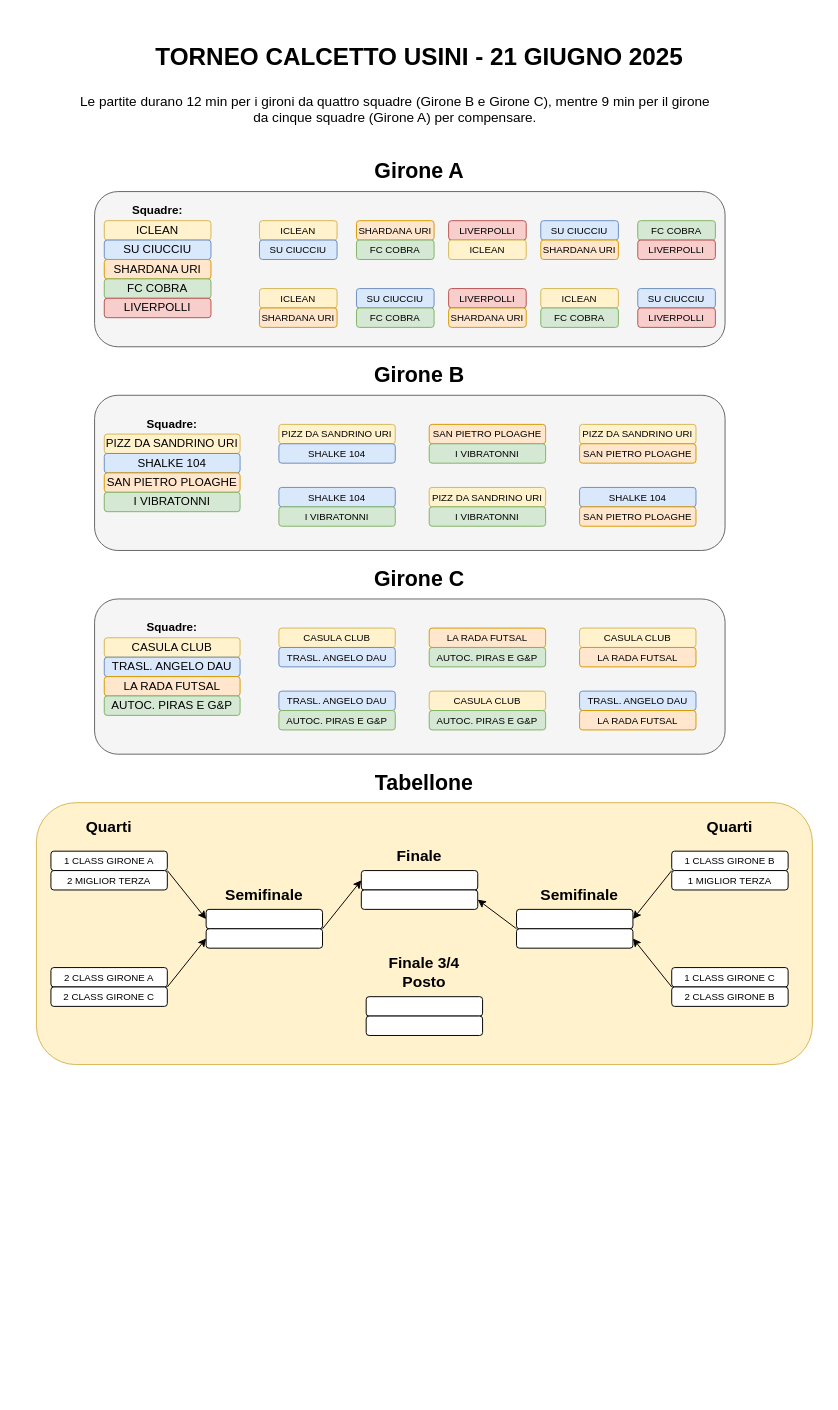
This is torneo-calcetto-2025/tabellone.drawio from cscalaresu/tornei, a draw.io file, before an edit. Source tidied: cells renumbered, new cells numbered last; positions are measured from the earlier drawing's top-left corner, leaving out a move shared by most shapes. Both pictures are drawn from the tidied source at 97%, with x=0, y=0 at pixel (16, 26).
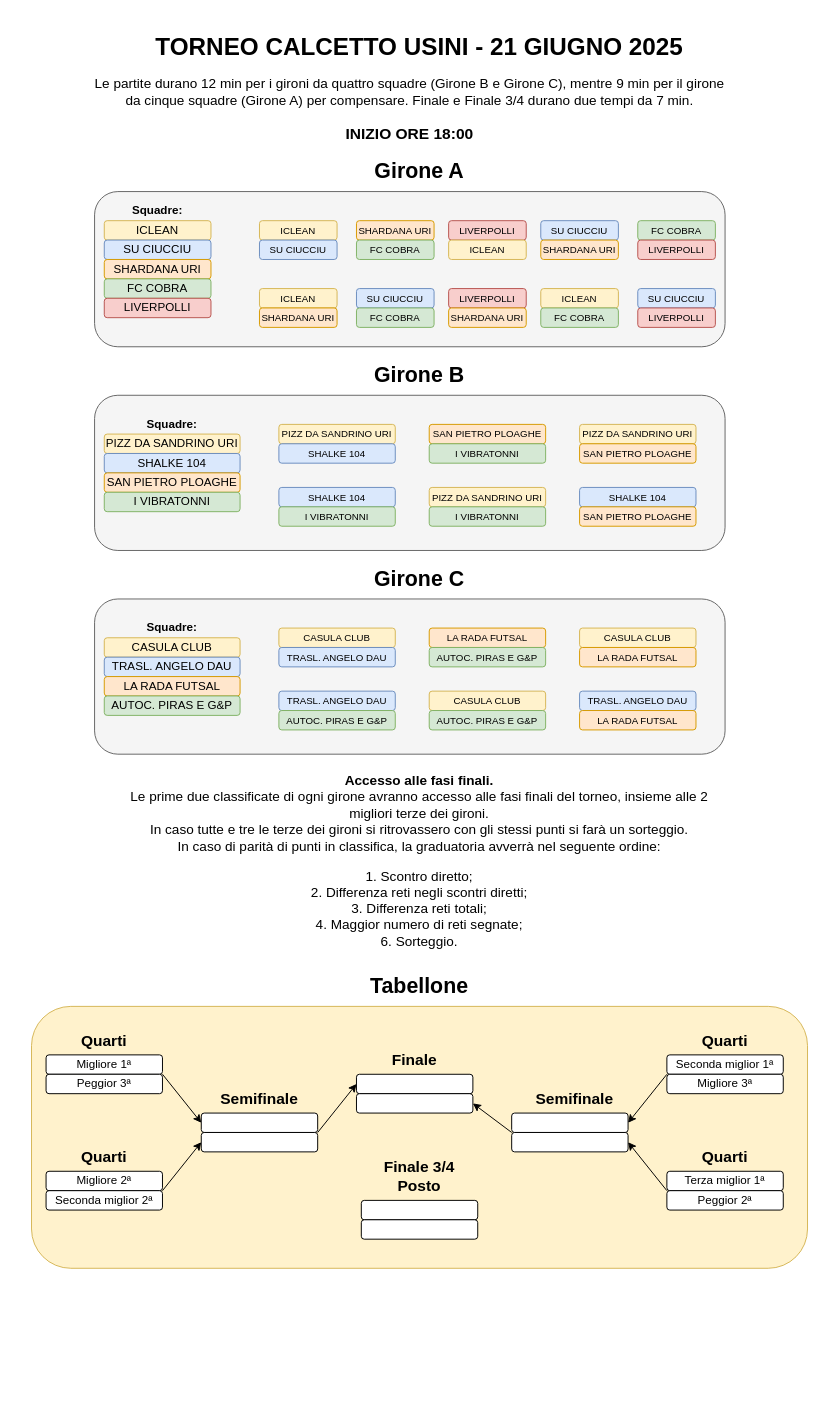
After the change.

What changed in the source:
```diff
@@
     <mxCell id="2" style="rounded=1;whiteSpace=wrap;html=1;fillColor=#fff2cc;strokeColor=#d6b656;" parent="1" vertex="1">
-      <mxGeometry x="20" y="800" width="800" height="270" as="geometry" />
+      <mxGeometry x="15" y="1010" width="800" height="270" as="geometry" />
     </mxCell>
@@
     <mxCell id="8" value="&lt;font style=&quot;font-size: 25px;&quot;&gt;&lt;b&gt;TORNEO CALCETTO USINI - 21 GIUGNO 2025&lt;/b&gt;&lt;/font&gt;" style="text;html=1;align=center;verticalAlign=middle;whiteSpace=wrap;rounded=0;" parent="1" vertex="1">
-      <mxGeometry width="830" height="60" as="geometry" />
+      <mxGeometry y="-10" width="830" height="60" as="geometry" />
     </mxCell>
@@
-    <mxCell id="70" value="&lt;font style=&quot;font-size: 10px;&quot;&gt;1 CLASS GIRONE A&lt;/font&gt;" style="rounded=1;whiteSpace=wrap;html=1;" parent="1" vertex="1">
-      <mxGeometry x="35" y="850" width="120" height="20" as="geometry" />
+    <mxCell id="70" value="Migliore 1ª" style="rounded=1;whiteSpace=wrap;html=1;" parent="1" vertex="1">
+      <mxGeometry x="30" y="1060" width="120" height="20" as="geometry" />
     </mxCell>
-    <mxCell id="71" value="&lt;font style=&quot;font-size: 10px;&quot;&gt;2 MIGLIOR TERZA&lt;/font&gt;" style="rounded=1;whiteSpace=wrap;html=1;" parent="1" vertex="1">
-      <mxGeometry x="35" y="870" width="120" height="20" as="geometry" />
+    <mxCell id="71" value="Peggior 3ª" style="rounded=1;whiteSpace=wrap;html=1;" parent="1" vertex="1">
+      <mxGeometry x="30" y="1080" width="120" height="20" as="geometry" />
     </mxCell>
-    <mxCell id="72" value="&lt;font style=&quot;font-size: 10px;&quot;&gt;2 CLASS GIRONE A&lt;/font&gt;" style="rounded=1;whiteSpace=wrap;html=1;" parent="1" vertex="1">
-      <mxGeometry x="35" y="970" width="120" height="20" as="geometry" />
+    <mxCell id="72" value="Migliore 2ª" style="rounded=1;whiteSpace=wrap;html=1;" parent="1" vertex="1">
+      <mxGeometry x="30" y="1180" width="120" height="20" as="geometry" />
     </mxCell>
-    <mxCell id="73" value="&lt;font style=&quot;font-size: 10px;&quot;&gt;2 CLASS GIRONE C&lt;/font&gt;" style="rounded=1;whiteSpace=wrap;html=1;" parent="1" vertex="1">
-      <mxGeometry x="35" y="990" width="120" height="20" as="geometry" />
+    <mxCell id="73" value="Seconda miglior 2ª" style="rounded=1;whiteSpace=wrap;html=1;" parent="1" vertex="1">
+      <mxGeometry x="30" y="1200" width="120" height="20" as="geometry" />
     </mxCell>
-    <mxCell id="74" value="&lt;font style=&quot;font-size: 10px;&quot;&gt;1 CLASS GIRONE B&lt;/font&gt;" style="rounded=1;whiteSpace=wrap;html=1;" parent="1" vertex="1">
-      <mxGeometry x="675" y="850" width="120" height="20" as="geometry" />
+    <mxCell id="74" value="Seconda miglior 1ª" style="rounded=1;whiteSpace=wrap;html=1;" parent="1" vertex="1">
+      <mxGeometry x="670" y="1060" width="120" height="20" as="geometry" />
     </mxCell>
-    <mxCell id="75" value="&lt;font style=&quot;font-size: 10px;&quot;&gt;1 MIGLIOR TERZA&lt;/font&gt;" style="rounded=1;whiteSpace=wrap;html=1;" parent="1" vertex="1">
-      <mxGeometry x="675" y="870" width="120" height="20" as="geometry" />
+    <mxCell id="75" value="Migliore 3ª" style="rounded=1;whiteSpace=wrap;html=1;" parent="1" vertex="1">
+      <mxGeometry x="670" y="1080" width="120" height="20" as="geometry" />
     </mxCell>
-    <mxCell id="76" value="&lt;font style=&quot;font-size: 10px;&quot;&gt;1 CLASS GIRONE C&lt;/font&gt;" style="rounded=1;whiteSpace=wrap;html=1;" parent="1" vertex="1">
-      <mxGeometry x="675" y="970" width="120" height="20" as="geometry" />
+    <mxCell id="76" value="Terza miglior 1ª" style="rounded=1;whiteSpace=wrap;html=1;" parent="1" vertex="1">
+      <mxGeometry x="670" y="1180" width="120" height="20" as="geometry" />
     </mxCell>
-    <mxCell id="77" value="&lt;font style=&quot;font-size: 10px;&quot;&gt;2 CLASS GIRONE B&lt;/font&gt;" style="rounded=1;whiteSpace=wrap;html=1;" parent="1" vertex="1">
-      <mxGeometry x="675" y="990" width="120" height="20" as="geometry" />
+    <mxCell id="77" value="Peggior 2ª" style="rounded=1;whiteSpace=wrap;html=1;" parent="1" vertex="1">
+      <mxGeometry x="670" y="1200" width="120" height="20" as="geometry" />
     </mxCell>
     <mxCell id="78" style="rounded=1;whiteSpace=wrap;html=1;" parent="1" vertex="1">
-      <mxGeometry x="195" y="910" width="120" height="20" as="geometry" />
+      <mxGeometry x="190" y="1120" width="120" height="20" as="geometry" />
     </mxCell>
     <mxCell id="79" style="rounded=1;whiteSpace=wrap;html=1;" parent="1" vertex="1">
-      <mxGeometry x="195" y="930" width="120" height="20" as="geometry" />
+      <mxGeometry x="190" y="1140" width="120" height="20" as="geometry" />
     </mxCell>
     <mxCell id="80" style="rounded=1;whiteSpace=wrap;html=1;" parent="1" vertex="1">
-      <mxGeometry x="355" y="870" width="120" height="20" as="geometry" />
+      <mxGeometry x="350" y="1080" width="120" height="20" as="geometry" />
     </mxCell>
     <mxCell id="81" style="rounded=1;whiteSpace=wrap;html=1;" parent="1" vertex="1">
-      <mxGeometry x="355" y="890" width="120" height="20" as="geometry" />
+      <mxGeometry x="350" y="1100" width="120" height="20" as="geometry" />
     </mxCell>
     <mxCell id="82" style="rounded=1;whiteSpace=wrap;html=1;" parent="1" vertex="1">
-      <mxGeometry x="515" y="910" width="120" height="20" as="geometry" />
+      <mxGeometry x="510" y="1120" width="120" height="20" as="geometry" />
     </mxCell>
     <mxCell id="83" style="rounded=1;whiteSpace=wrap;html=1;" parent="1" vertex="1">
-      <mxGeometry x="515" y="930" width="120" height="20" as="geometry" />
+      <mxGeometry x="510" y="1140" width="120" height="20" as="geometry" />
     </mxCell>
@@
     <mxCell id="90" value="&lt;font style=&quot;font-size: 22px;&quot;&gt;&lt;b&gt;Tabellone&lt;/b&gt;&lt;/font&gt;" style="text;html=1;align=center;verticalAlign=middle;whiteSpace=wrap;rounded=0;" parent="1" vertex="1">
-      <mxGeometry x="225" y="770" width="390" height="20" as="geometry" />
+      <mxGeometry x="220" y="980" width="390" height="20" as="geometry" />
     </mxCell>
     <mxCell id="91" value="&lt;font style=&quot;font-size: 16px;&quot;&gt;&lt;b&gt;Quarti&lt;/b&gt;&lt;/font&gt;" style="text;html=1;align=center;verticalAlign=middle;whiteSpace=wrap;rounded=0;" parent="1" vertex="1">
-      <mxGeometry x="40" y="810" width="110" height="30" as="geometry" />
+      <mxGeometry x="35" y="1030" width="110" height="30" as="geometry" />
     </mxCell>
     <mxCell id="92" value="&lt;font style=&quot;font-size: 16px;&quot;&gt;&lt;b&gt;Semifinale&lt;/b&gt;&lt;/font&gt;" style="text;html=1;align=center;verticalAlign=middle;whiteSpace=wrap;rounded=0;" parent="1" vertex="1">
-      <mxGeometry x="200" y="880" width="110" height="30" as="geometry" />
+      <mxGeometry x="195" y="1090" width="110" height="30" as="geometry" />
     </mxCell>
     <mxCell id="93" value="&lt;font style=&quot;font-size: 16px;&quot;&gt;&lt;b&gt;Finale&lt;/b&gt;&lt;/font&gt;" style="text;html=1;align=center;verticalAlign=middle;whiteSpace=wrap;rounded=0;" parent="1" vertex="1">
-      <mxGeometry x="360" y="840" width="110" height="30" as="geometry" />
+      <mxGeometry x="355" y="1050" width="110" height="30" as="geometry" />
     </mxCell>
     <mxCell id="94" value="&lt;font style=&quot;font-size: 16px;&quot;&gt;&lt;b&gt;Semifinale&lt;/b&gt;&lt;/font&gt;" style="text;html=1;align=center;verticalAlign=middle;whiteSpace=wrap;rounded=0;" parent="1" vertex="1">
-      <mxGeometry x="525" y="880" width="110" height="30" as="geometry" />
+      <mxGeometry x="520" y="1090" width="110" height="30" as="geometry" />
     </mxCell>
     <mxCell id="95" value="&lt;font style=&quot;font-size: 16px;&quot;&gt;&lt;b&gt;Quarti&lt;/b&gt;&lt;/font&gt;" style="text;html=1;align=center;verticalAlign=middle;whiteSpace=wrap;rounded=0;" parent="1" vertex="1">
-      <mxGeometry x="680" y="810" width="110" height="30" as="geometry" />
+      <mxGeometry x="675" y="1030" width="110" height="30" as="geometry" />
     </mxCell>
     <mxCell id="96" style="rounded=1;whiteSpace=wrap;html=1;" parent="1" vertex="1">
-      <mxGeometry x="360" y="1000" width="120" height="20" as="geometry" />
+      <mxGeometry x="355" y="1210" width="120" height="20" as="geometry" />
     </mxCell>
     <mxCell id="97" style="rounded=1;whiteSpace=wrap;html=1;" parent="1" vertex="1">
-      <mxGeometry x="360" y="1020" width="120" height="20" as="geometry" />
+      <mxGeometry x="355" y="1230" width="120" height="20" as="geometry" />
     </mxCell>
     <mxCell id="98" value="&lt;font style=&quot;font-size: 16px;&quot;&gt;&lt;b&gt;Finale 3/4 Posto&lt;/b&gt;&lt;/font&gt;" style="text;html=1;align=center;verticalAlign=middle;whiteSpace=wrap;rounded=0;" parent="1" vertex="1">
-      <mxGeometry x="365" y="960" width="110" height="30" as="geometry" />
+      <mxGeometry x="360" y="1170" width="110" height="30" as="geometry" />
     </mxCell>
-    <mxCell id="99" value="&lt;font style=&quot;font-size: 14px;&quot;&gt;Le partite durano 12 min per i gironi da quattro squadre (Girone B e Girone C), mentre 9 min per il girone da cinque squadre (Girone A) per compensare.&lt;/font&gt;" style="text;html=1;align=center;verticalAlign=middle;whiteSpace=wrap;rounded=0;" parent="1" vertex="1">
-      <mxGeometry x="60" y="60" width="660" height="50" as="geometry" />
+    <mxCell id="99" value="&lt;div&gt;&lt;font style=&quot;font-size: 14px;&quot;&gt;Le partite durano 12 min per i gironi da quattro squadre (Girone B e Girone C), mentre 9 min per il girone da cinque squadre (Girone A) per compensare. Finale e Finale 3/4 durano due tempi da 7 min.&lt;/font&gt;&lt;/div&gt;&lt;div&gt;&lt;font style=&quot;font-size: 14px;&quot;&gt;&lt;br&gt;&lt;/font&gt;&lt;/div&gt;&lt;div&gt;&lt;font style=&quot;font-size: 16px;&quot;&gt;&lt;b&gt;INIZIO ORE 18:00&lt;/b&gt;&lt;/font&gt;&lt;/div&gt;" style="text;html=1;align=center;verticalAlign=middle;whiteSpace=wrap;rounded=0;" parent="1" vertex="1">
+      <mxGeometry x="75" y="60" width="660" height="50" as="geometry" />
     </mxCell>
+    <mxCell id="100" value="&lt;font style=&quot;font-size: 16px;&quot;&gt;&lt;b&gt;Quarti&lt;/b&gt;&lt;/font&gt;" style="text;html=1;align=center;verticalAlign=middle;whiteSpace=wrap;rounded=0;" parent="1" vertex="1">
+      <mxGeometry x="35" y="1150" width="110" height="30" as="geometry" />
+    </mxCell>
+    <mxCell id="101" value="&lt;font style=&quot;font-size: 16px;&quot;&gt;&lt;b&gt;Quarti&lt;/b&gt;&lt;/font&gt;" style="text;html=1;align=center;verticalAlign=middle;whiteSpace=wrap;rounded=0;" parent="1" vertex="1">
+      <mxGeometry x="675" y="1150" width="110" height="30" as="geometry" />
+    </mxCell>
+    <mxCell id="102" value="&lt;font style=&quot;font-size: 14px;&quot;&gt;&lt;b&gt;Accesso alle fasi finali.&lt;/b&gt;&lt;br&gt;&lt;/font&gt;&lt;div align=&quot;center&quot;&gt;&lt;font style=&quot;font-size: 14px;&quot;&gt;Le prime due classificate di ogni girone avranno accesso alle fasi finali del torneo, insieme alle 2&lt;/font&gt;&lt;br&gt;&lt;font style=&quot;font-size: 14px;&quot;&gt;migliori terze dei gironi.&lt;/font&gt;&lt;br&gt;&lt;font style=&quot;font-size: 14px;&quot;&gt;In caso tutte e tre le terze dei gironi si ritrovassero con gli stessi punti si farà un sorteggio.&lt;/font&gt;&lt;br&gt;&lt;font style=&quot;font-size: 14px;&quot;&gt;In caso di parità di punti in classifica, la graduatoria avverrà nel seguente ordine:&lt;br&gt;&lt;/font&gt;&lt;br&gt;&lt;/div&gt;&lt;font style=&quot;font-size: 14px;&quot;&gt;1. Scontro diretto;&lt;br&gt;2. Differenza reti negli scontri diretti;&lt;br&gt;3. Differenza reti totali;&lt;br&gt;4. Maggior numero di reti segnate;&lt;br&gt;6. Sorteggio.&lt;/font&gt;" style="text;html=1;align=center;verticalAlign=middle;whiteSpace=wrap;rounded=0;" parent="1" vertex="1">
+      <mxGeometry x="20" y="770" width="790" height="180" as="geometry" />
+    </mxCell>
+    <mxCell id="103" style="rounded=1;whiteSpace=wrap;html=1;strokeColor=none;" parent="1" vertex="1">
+      <mxGeometry x="15" y="1290" width="795" height="120" as="geometry" />
+    </mxCell>
```
